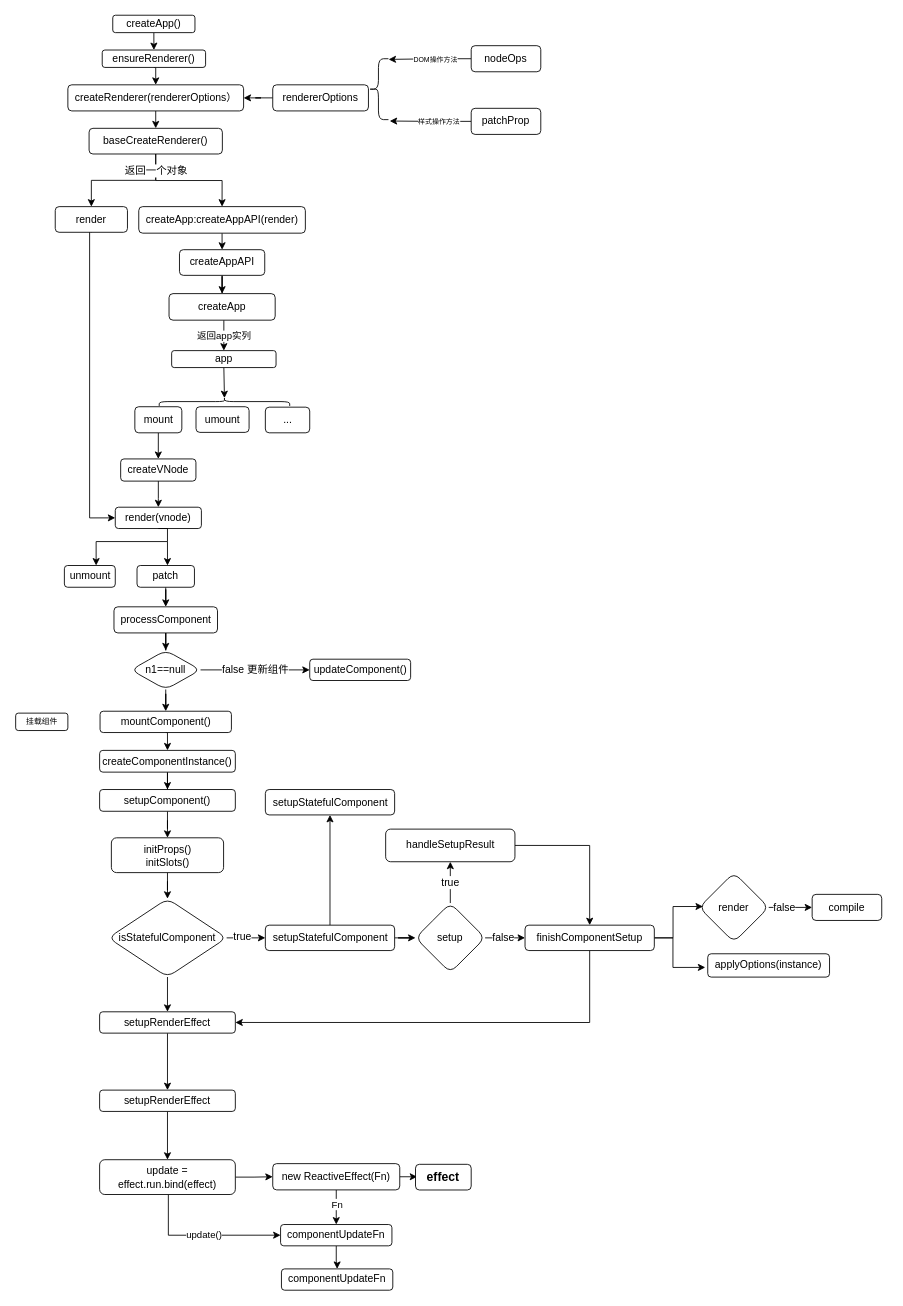
2889597857/study-vue-js keeps this draw.io diagram as page "初始化" (1 of 6) of vue.drawio. Above is the earlier version. Source tidied: cells renumbered, new cells numbered last; positions are measured from the earlier drawing's top-left corner, leaving out a move shared by most shapes. Both pictures are drawn from the tidied source at 87%, with x=0, y=0 at pixel (15, 15).
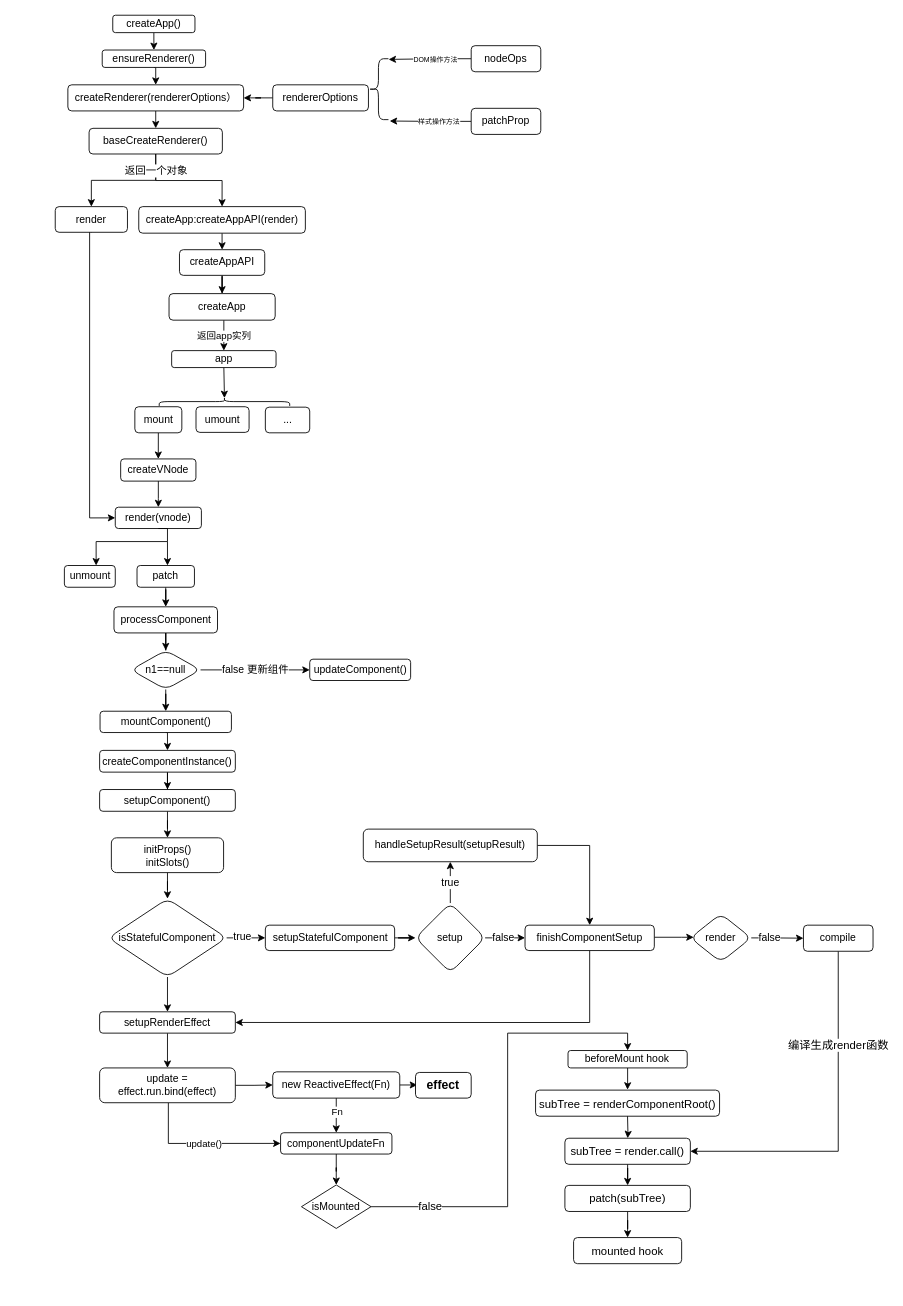
The same page after the edit.

The change refers to these unchanged cells:
```xml
<mxCell id="38" value="setupRenderEffect" style="rounded=1;whiteSpace=wrap;html=1;" parent="1" vertex="1">
  <mxGeometry x="97" y="1145.5" width="156" height="24.5" as="geometry" />
</mxCell>
<mxCell id="62" value="setupStatefulComponent" style="whiteSpace=wrap;html=1;rounded=1;" parent="1" vertex="1">
  <mxGeometry x="287.5" y="1045.9" width="148.6" height="29.2" as="geometry" />
</mxCell>
<mxCell id="70" value="finishComponentSetup" style="whiteSpace=wrap;html=1;rounded=1;" parent="1" vertex="1">
  <mxGeometry x="586" y="1045.9" width="148.6" height="29.2" as="geometry" />
</mxCell>
```

The edit, as a diff of the source:
```diff
@@
-    <mxCell id="37" style="edgeStyle=orthogonalEdgeStyle;rounded=0;jettySize=auto;html=1;" parent="1" edge="1" source="38" target="40">
+    <mxCell id="37" style="edgeStyle=orthogonalEdgeStyle;rounded=0;jettySize=auto;html=1;entryX=0.5;entryY=0;entryDx=0;entryDy=0;" parent="1" edge="1" source="38" target="43">
       <mxGeometry relative="1" as="geometry" />
     </mxCell>
@@
-    <mxCell id="39" style="edgeStyle=orthogonalEdgeStyle;rounded=0;jettySize=auto;html=1;" parent="1" edge="1" source="40" target="43">
-      <mxGeometry relative="1" as="geometry" />
-    </mxCell>
-    <mxCell id="40" value="setupRenderEffect" style="rounded=1;whiteSpace=wrap;html=1;" parent="1" vertex="1">
-      <mxGeometry x="97" y="1235.5" width="156" height="24.5" as="geometry" />
-    </mxCell>
     <mxCell id="41" value="update()" style="edgeStyle=orthogonalEdgeStyle;rounded=0;jettySize=auto;html=1;entryX=0;entryY=0.5;entryDx=0;entryDy=0;" parent="1" edge="1" source="43" target="52">
       <mxGeometry relative="1" as="geometry">
         <Array as="points">
-          <mxPoint x="176" y="1402" />
+          <mxPoint x="176" y="1296.5" />
         </Array>
       </mxGeometry>
     </mxCell>
@@
     <mxCell id="43" value="update = effect.run.bind(effect)" style="rounded=1;whiteSpace=wrap;html=1;" parent="1" vertex="1">
-      <mxGeometry x="97" y="1315.5" width="156" height="40" as="geometry" />
+      <mxGeometry x="97" y="1210" width="156" height="40" as="geometry" />
     </mxCell>
@@
     <mxCell id="47" value="new ReactiveEffect(Fn)" style="rounded=1;whiteSpace=wrap;html=1;" parent="1" vertex="1">
-      <mxGeometry x="296" y="1320" width="146" height="30.2" as="geometry" />
+      <mxGeometry x="296" y="1214.5" width="146" height="30.2" as="geometry" />
     </mxCell>
@@
-    <mxCell id="51" style="edgeStyle=orthogonalEdgeStyle;rounded=0;jettySize=auto;html=1;" parent="1" edge="1" source="52" target="95">
-      <mxGeometry relative="1" as="geometry" />
-    </mxCell>
+    <mxCell id="97" style="edgeStyle=orthogonalEdgeStyle;rounded=0;jettySize=auto;html=1;fontFamily=Helvetica;entryX=0.5;entryY=0;entryDx=0;entryDy=0;" parent="1" edge="1" source="52" target="102">
+      <mxGeometry relative="1" as="geometry" />
+    </mxCell>
     <mxCell id="52" value="componentUpdateFn" style="whiteSpace=wrap;html=1;rounded=1;" parent="1" vertex="1">
-      <mxGeometry x="305" y="1390" width="128" height="24.5" as="geometry" />
+      <mxGeometry x="305" y="1284.5" width="128" height="24.5" as="geometry" />
     </mxCell>
     <mxCell id="53" value="&lt;b&gt;&lt;font style=&quot;font-size: 14px&quot;&gt;effect&lt;/font&gt;&lt;/b&gt;" style="rounded=1;whiteSpace=wrap;html=1;" parent="1" vertex="1">
-      <mxGeometry x="460.1" y="1320.8" width="64" height="29.5" as="geometry" />
+      <mxGeometry x="460.1" y="1215.2" width="64" height="29.5" as="geometry" />
     </mxCell>
@@
-    <mxCell id="61" style="edgeStyle=orthogonalEdgeStyle;rounded=0;jettySize=auto;html=1;" parent="1" edge="1" source="62" target="85">
-      <mxGeometry relative="1" as="geometry" />
-    </mxCell>
@@
     <mxCell id="68" style="edgeStyle=orthogonalEdgeStyle;rounded=0;jettySize=auto;html=1;fontFamily=Helvetica;fontSize=12;fontColor=default;entryX=0.055;entryY=0.487;entryDx=0;entryDy=0;entryPerimeter=0;" parent="1" edge="1" source="70" target="76">
       <mxGeometry relative="1" as="geometry">
         <Array as="points">
-          <mxPoint x="756.1" y="1060.5" />
-          <mxPoint x="756.1" y="1024.5" />
+          <mxPoint x="766" y="1061" />
         </Array>
       </mxGeometry>
     </mxCell>
-    <mxCell id="69" style="edgeStyle=orthogonalEdgeStyle;rounded=0;jettySize=auto;html=1;exitX=1;exitY=0.5;exitDx=0;exitDy=0;entryX=-0.02;entryY=0.584;entryDx=0;entryDy=0;entryPerimeter=0;fontFamily=Helvetica;fontSize=12;fontColor=default;" parent="1" edge="1" source="70" target="73">
-      <mxGeometry relative="1" as="geometry">
-        <Array as="points">
-          <mxPoint x="756" y="1061" />
-          <mxPoint x="756" y="1094" />
-          <mxPoint x="793" y="1094" />
-        </Array>
-      </mxGeometry>
-    </mxCell>
@@
-    <mxCell id="72" value="handleSetupResult" style="whiteSpace=wrap;html=1;rounded=1;" parent="1" vertex="1">
-      <mxGeometry x="425.8" y="935.5" width="148.6" height="37.5" as="geometry" />
+    <mxCell id="72" value="handleSetupResult(setupResult)" style="whiteSpace=wrap;html=1;rounded=1;" parent="1" vertex="1">
+      <mxGeometry x="400.1" y="935.5" width="200" height="37.5" as="geometry" />
     </mxCell>
-    <mxCell id="73" value="applyOptions(instance)" style="whiteSpace=wrap;html=1;rounded=1;" parent="1" vertex="1">
-      <mxGeometry x="796" y="1078.8" width="140" height="26.8" as="geometry" />
-    </mxCell>
@@
     <mxCell id="76" value="render" style="rhombus;whiteSpace=wrap;html=1;rounded=1;" parent="1" vertex="1">
-      <mxGeometry x="786.1" y="985.5" width="80" height="80" as="geometry" />
+      <mxGeometry x="776" y="1032.8" width="70" height="55.5" as="geometry" />
     </mxCell>
+    <mxCell id="98" style="edgeStyle=orthogonalEdgeStyle;rounded=0;jettySize=auto;html=1;entryX=1;entryY=0.5;entryDx=0;entryDy=0;fontFamily=Helvetica;fontSize=13;fontColor=#000000;" parent="1" edge="1" source="77" target="108">
+      <mxGeometry relative="1" as="geometry">
+        <Array as="points">
+          <mxPoint x="946" y="1306" />
+        </Array>
+      </mxGeometry>
+    </mxCell>
+    <mxCell id="99" value="编译生成render函数" style="edgeLabel;html=1;align=center;verticalAlign=middle;fontSize=13;fontFamily=Helvetica;fontColor=#000000;" parent="98" vertex="1">
+      <mxGeometry x="-0.46" y="-1" relative="1" as="geometry" />
+    </mxCell>
     <mxCell id="77" value="&lt;span style=&quot;text-align: left&quot;&gt;compile&lt;/span&gt;" style="rounded=1;whiteSpace=wrap;html=1;fontFamily=Helvetica;fontSize=12;fontColor=default;strokeColor=default;fillColor=default;" parent="1" vertex="1">
-      <mxGeometry x="916" y="1010.5" width="80" height="30" as="geometry" />
+      <mxGeometry x="906" y="1045.9" width="80" height="30" as="geometry" />
     </mxCell>
@@
-    <mxCell id="85" value="setupStatefulComponent" style="whiteSpace=wrap;html=1;rounded=1;" parent="1" vertex="1">
-      <mxGeometry x="287.5" y="890" width="148.6" height="29.2" as="geometry" />
-    </mxCell>
@@
-    <mxCell id="95" value="componentUpdateFn" style="whiteSpace=wrap;html=1;rounded=1;" parent="1" vertex="1">
-      <mxGeometry x="306" y="1441" width="128" height="24.5" as="geometry" />
-    </mxCell>
-    <mxCell id="96" value="挂载组件" style="rounded=1;whiteSpace=wrap;html=1;fontSize=9;" parent="1" vertex="1">
-      <mxGeometry x="0.5" y="802.2" width="60" height="20" as="geometry" />
-    </mxCell>
+    <mxCell id="100" style="edgeStyle=orthogonalEdgeStyle;rounded=0;jettySize=auto;html=1;entryX=0.5;entryY=0;entryDx=0;entryDy=0;fontFamily=Helvetica;fontSize=13;fontColor=#000000;" parent="1" edge="1" source="102" target="104">
+      <mxGeometry relative="1" as="geometry">
+        <Array as="points">
+          <mxPoint x="566" y="1370" />
+          <mxPoint x="566" y="1170" />
+          <mxPoint x="704" y="1170" />
+        </Array>
+      </mxGeometry>
+    </mxCell>
+    <mxCell id="101" value="false" style="edgeLabel;html=1;align=center;verticalAlign=middle;fontSize=13;fontFamily=Helvetica;fontColor=#000000;" parent="100" vertex="1">
+      <mxGeometry x="-0.74" y="1" relative="1" as="geometry" />
+    </mxCell>
+    <mxCell id="102" value="isMounted" style="rhombus;whiteSpace=wrap;html=1;fontFamily=Helvetica;" parent="1" vertex="1">
+      <mxGeometry x="329" y="1344.5" width="80" height="50" as="geometry" />
+    </mxCell>
+    <mxCell id="103" style="edgeStyle=orthogonalEdgeStyle;rounded=0;jettySize=auto;html=1;fontFamily=Helvetica;" parent="1" edge="1" source="104">
+      <mxGeometry relative="1" as="geometry">
+        <mxPoint x="703.8" y="1235" as="targetPoint" />
+      </mxGeometry>
+    </mxCell>
+    <mxCell id="104" value="beforeMount hook" style="rounded=1;whiteSpace=wrap;html=1;fontFamily=Helvetica;" parent="1" vertex="1">
+      <mxGeometry x="635.4" y="1190" width="137" height="20" as="geometry" />
+    </mxCell>
+    <mxCell id="105" style="edgeStyle=orthogonalEdgeStyle;rounded=0;jettySize=auto;html=1;fontFamily=Helvetica;fontSize=13;fontColor=#000000;" parent="1" edge="1" target="108">
+      <mxGeometry relative="1" as="geometry">
+        <mxPoint x="703.8" y="1265" as="sourcePoint" />
+      </mxGeometry>
+    </mxCell>
+    <mxCell id="106" value="&lt;font style=&quot;font-size: 13px;&quot;&gt;subTree = renderComponentRoot()&lt;/font&gt;" style="whiteSpace=wrap;html=1;rounded=1;" parent="1" vertex="1">
+      <mxGeometry x="598.1" y="1235.5" width="211.5" height="30" as="geometry" />
+    </mxCell>
+    <mxCell id="107" style="edgeStyle=orthogonalEdgeStyle;rounded=0;jettySize=auto;html=1;fontFamily=Helvetica;fontSize=13;fontColor=#000000;" parent="1" edge="1" source="108" target="110">
+      <mxGeometry relative="1" as="geometry" />
+    </mxCell>
+    <mxCell id="108" value="&lt;span style=&quot;font-size: 13px;&quot;&gt;subTree = render.call()&lt;/span&gt;" style="whiteSpace=wrap;html=1;rounded=1;" parent="1" vertex="1">
+      <mxGeometry x="631.8" y="1290.8" width="144.2" height="30" as="geometry" />
+    </mxCell>
+    <mxCell id="109" style="edgeStyle=orthogonalEdgeStyle;rounded=0;jettySize=auto;html=1;fontFamily=Helvetica;fontSize=13;fontColor=#000000;" parent="1" edge="1" source="110" target="111">
+      <mxGeometry relative="1" as="geometry" />
+    </mxCell>
+    <mxCell id="110" value="&lt;span style=&quot;font-size: 13px;&quot;&gt;patch(subTree)&lt;/span&gt;" style="whiteSpace=wrap;html=1;rounded=1;" parent="1" vertex="1">
+      <mxGeometry x="631.8" y="1345" width="144.2" height="30" as="geometry" />
+    </mxCell>
+    <mxCell id="111" value="&lt;span style=&quot;font-size: 13px;&quot;&gt;mounted hook&lt;/span&gt;" style="whiteSpace=wrap;html=1;rounded=1;" parent="1" vertex="1">
+      <mxGeometry x="641.8" y="1405" width="124.2" height="30" as="geometry" />
+    </mxCell>
```
